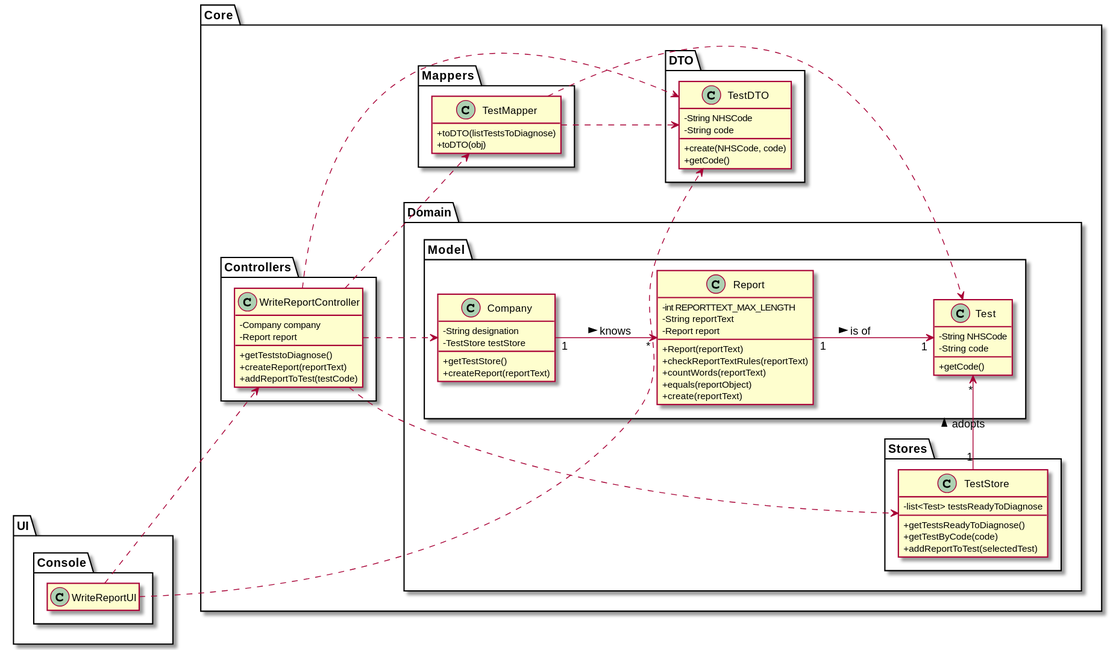
Before: docs/SprintC/US_14/US014_CD.svg, a diagram exported from PlantUML (ana-albergaria/LAPR2-ISEP).
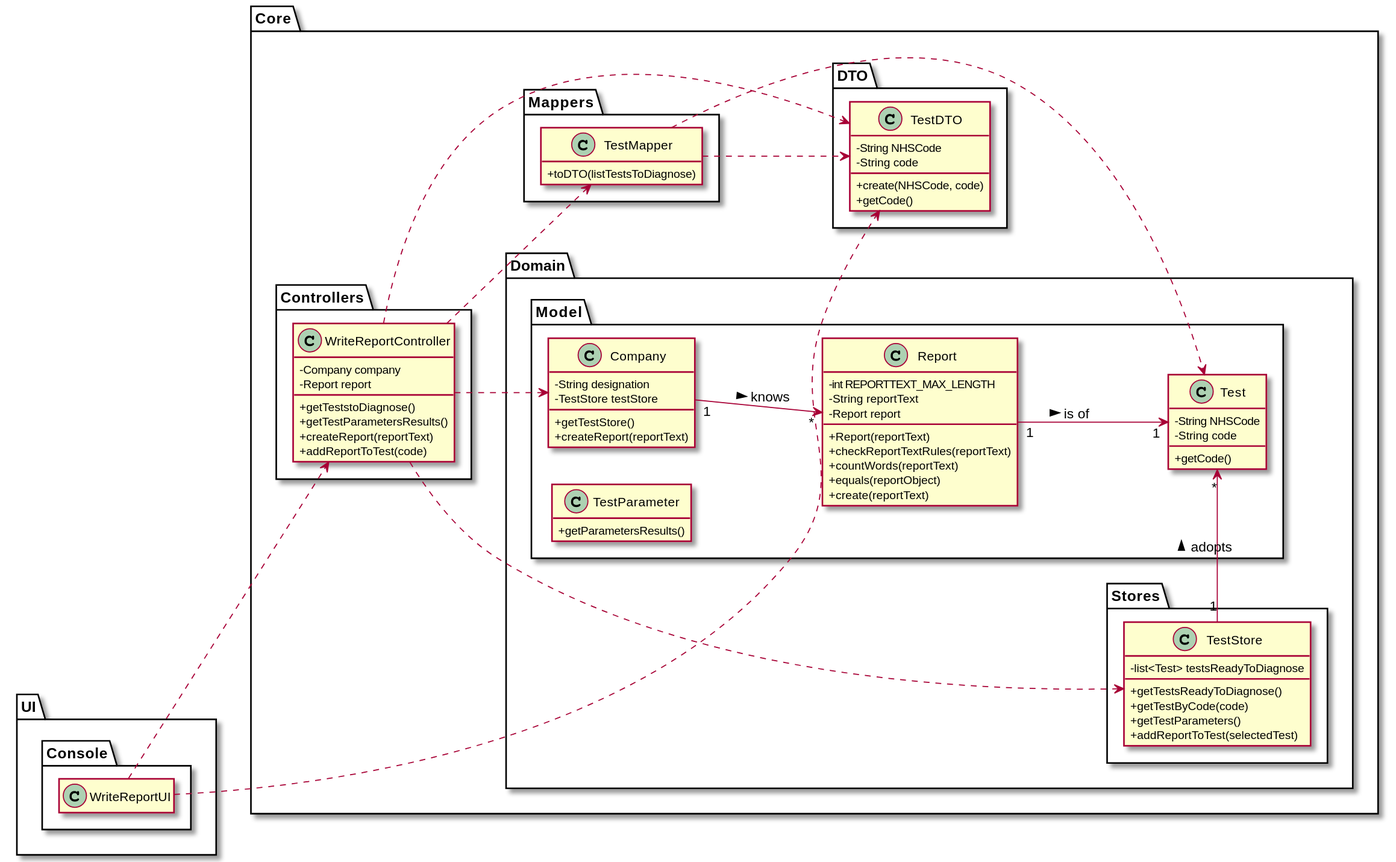
After the change.

Diff of the diagram source:
```diff
@@ -34,6 +34,10 @@
     +getCode()
 }
 
+class TestParameter {
+    +getParametersResults()
+}
+
 }
 
 package Stores {
@@ -42,6 +46,7 @@
     -list<Test> testsReadyToDiagnose
     +getTestsReadyToDiagnose()
     +getTestByCode(code)
+    +getTestParameters()
     +addReportToTest(selectedTest)
 }
 
@@ -53,7 +58,6 @@
 
 class TestMapper {
     +toDTO(listTestsToDiagnose)
-    +toDTO(obj)
 }
 
 }
@@ -75,8 +79,9 @@
     -Company company
     -Report report
     +getTeststoDiagnose()
+    +getTestParametersResults()
     +createReport(reportText)
-    +addReportToTest(testCode)
+    +addReportToTest(code)
 }
 
 }
```
